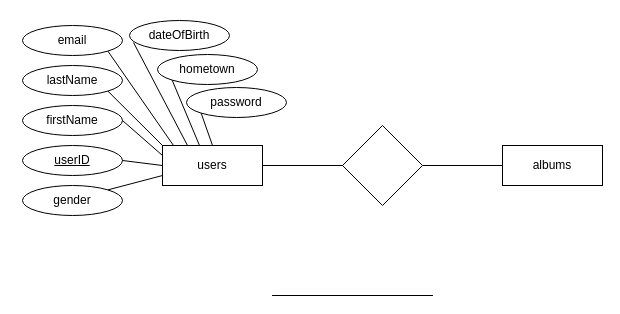
This is ER Diagram.drawio from prathamshroff/PhotoShare-Flask, a draw.io file, before an edit. Source tidied: cells renumbered, new cells numbered last; positions are measured from the earlier drawing's top-left corner, leaving out a move shared by most shapes. Both pictures are drawn from the tidied source at 100%, with x=0, y=0 at pixel (22, 20).
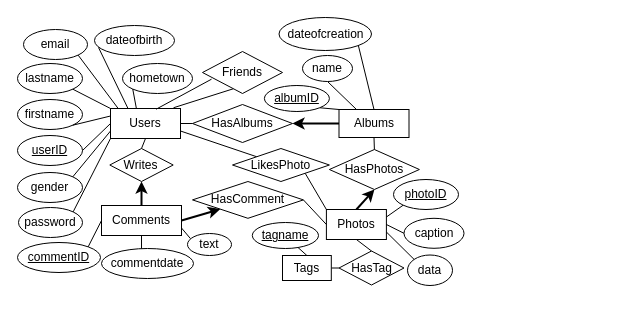
The same diagram, later.

What changed in the source:
```diff
@@
-    <mxCell id="2" value="users" style="whiteSpace=wrap;html=1;align=center;" parent="1" vertex="1">
-      <mxGeometry x="140" y="125" width="100" height="40" as="geometry" />
+    <mxCell id="2" value="Users" style="whiteSpace=wrap;html=1;align=center;" parent="1" vertex="1">
+      <mxGeometry x="88" y="88" width="70" height="30" as="geometry" />
     </mxCell>
     <mxCell id="3" value="userID" style="ellipse;whiteSpace=wrap;html=1;align=center;fontStyle=4;" parent="1" vertex="1">
-      <mxGeometry y="125" width="100" height="30" as="geometry" />
+      <mxGeometry x="-5" y="115" width="65" height="30" as="geometry" />
     </mxCell>
-    <mxCell id="4" value="firstName" style="ellipse;whiteSpace=wrap;html=1;align=center;" parent="1" vertex="1">
-      <mxGeometry y="85" width="100" height="30" as="geometry" />
+    <mxCell id="4" value="firstname" style="ellipse;whiteSpace=wrap;html=1;align=center;" parent="1" vertex="1">
+      <mxGeometry x="-5" y="79" width="65" height="30" as="geometry" />
     </mxCell>
-    <mxCell id="5" value="lastName" style="ellipse;whiteSpace=wrap;html=1;align=center;" parent="1" vertex="1">
-      <mxGeometry y="45" width="100" height="30" as="geometry" />
+    <mxCell id="5" value="lastname" style="ellipse;whiteSpace=wrap;html=1;align=center;" parent="1" vertex="1">
+      <mxGeometry x="-5" y="43" width="65" height="30" as="geometry" />
     </mxCell>
     <mxCell id="6" value="email" style="ellipse;whiteSpace=wrap;html=1;align=center;" parent="1" vertex="1">
-      <mxGeometry y="5" width="100" height="30" as="geometry" />
+      <mxGeometry x="1" y="9" width="64" height="30" as="geometry" />
     </mxCell>
-    <mxCell id="7" value="dateOfBirth" style="ellipse;whiteSpace=wrap;html=1;align=center;" parent="1" vertex="1">
-      <mxGeometry x="107" width="100" height="30" as="geometry" />
+    <mxCell id="7" value="dateofbirth" style="ellipse;whiteSpace=wrap;html=1;align=center;" parent="1" vertex="1">
+      <mxGeometry x="72" y="5" width="80" height="30" as="geometry" />
     </mxCell>
     <mxCell id="8" value="hometown" style="ellipse;whiteSpace=wrap;html=1;align=center;" parent="1" vertex="1">
-      <mxGeometry x="135" y="34" width="100" height="30" as="geometry" />
+      <mxGeometry x="100" y="43" width="70" height="30" as="geometry" />
     </mxCell>
     <mxCell id="9" value="gender" style="ellipse;whiteSpace=wrap;html=1;align=center;" parent="1" vertex="1">
-      <mxGeometry y="165" width="100" height="30" as="geometry" />
+      <mxGeometry x="-5" y="152" width="65" height="30" as="geometry" />
     </mxCell>
     <mxCell id="10" value="password" style="ellipse;whiteSpace=wrap;html=1;align=center;" parent="1" vertex="1">
-      <mxGeometry x="164" y="67" width="100" height="30" as="geometry" />
+      <mxGeometry x="-4" y="187" width="64" height="30" as="geometry" />
     </mxCell>
@@
-    <mxCell id="13" style="endArrow=none;html=1;rounded=0;strokeColor=default;exitX=0.04;exitY=0.733;exitDx=0;exitDy=0;entryX=0.25;entryY=0;entryDx=0;entryDy=0;exitPerimeter=0;" parent="1" edge="1" source="7" target="2">
+    <mxCell id="13" style="endArrow=none;html=1;rounded=0;strokeColor=default;exitX=0.05;exitY=0.733;exitDx=0;exitDy=0;entryX=0.25;entryY=0;entryDx=0;entryDy=0;exitPerimeter=0;" parent="1" edge="1" source="7" target="2">
       <mxGeometry relative="1" as="geometry" />
     </mxCell>
@@
-    <mxCell id="16" style="endArrow=none;html=1;rounded=0;strokeColor=default;exitX=1;exitY=0.5;exitDx=0;exitDy=0;entryX=0;entryY=0.25;entryDx=0;entryDy=0;" parent="1" edge="1" source="4" target="2">
+    <mxCell id="16" style="endArrow=none;html=1;rounded=0;strokeColor=default;exitX=1;exitY=1;exitDx=0;exitDy=0;entryX=0;entryY=0.25;entryDx=0;entryDy=0;" parent="1" edge="1" source="4" target="2">
       <mxGeometry relative="1" as="geometry" />
     </mxCell>
-    <mxCell id="17" style="endArrow=none;html=1;rounded=0;strokeColor=default;exitX=0;exitY=1;exitDx=0;exitDy=0;entryX=0.5;entryY=0;entryDx=0;entryDy=0;" parent="1" edge="1" source="10" target="2">
+    <mxCell id="17" style="endArrow=none;html=1;rounded=0;strokeColor=default;exitX=1;exitY=0;exitDx=0;exitDy=0;entryX=0;entryY=1;entryDx=0;entryDy=0;" parent="1" edge="1" source="10" target="2">
       <mxGeometry relative="1" as="geometry" />
     </mxCell>
@@
-    <mxCell id="19" style="rhombus;whiteSpace=wrap;html=1;" parent="1" vertex="1">
-      <mxGeometry x="320" y="105" width="80" height="80" as="geometry" />
+    <mxCell id="19" value="HasAlbums" style="rhombus;whiteSpace=wrap;html=1;" parent="1" vertex="1">
+      <mxGeometry x="170" y="84" width="100" height="38" as="geometry" />
     </mxCell>
-    <mxCell id="20" style="endArrow=none;html=1;rounded=0;strokeColor=default;" parent="1" edge="1">
-      <mxGeometry relative="1" as="geometry">
-        <mxPoint x="250" y="275" as="sourcePoint" />
-        <mxPoint x="410" y="275" as="targetPoint" />
-      </mxGeometry>
+    <mxCell id="20" style="endArrow=none;html=1;rounded=0;strokeColor=default;exitX=0.5;exitY=1;exitDx=0;exitDy=0;entryX=0.25;entryY=0;entryDx=0;entryDy=0;" parent="1" edge="1" source="30" target="26">
+      <mxGeometry relative="1" as="geometry" />
     </mxCell>
-    <mxCell id="21" style="endArrow=none;html=1;rounded=0;strokeColor=default;" parent="1" edge="1">
-      <mxGeometry relative="1" as="geometry">
-        <mxPoint x="250" y="275" as="sourcePoint" />
-        <mxPoint x="410" y="275" as="targetPoint" />
-      </mxGeometry>
+    <mxCell id="21" style="endArrow=none;html=1;rounded=0;strokeColor=default;exitX=1;exitY=1;exitDx=0;exitDy=0;entryX=0;entryY=0;entryDx=0;entryDy=0;" parent="1" edge="1" source="29" target="26">
+      <mxGeometry relative="1" as="geometry" />
     </mxCell>
-    <mxCell id="22" style="endArrow=none;html=1;rounded=0;strokeColor=default;" parent="1" edge="1">
-      <mxGeometry relative="1" as="geometry">
-        <mxPoint x="250" y="275" as="sourcePoint" />
-        <mxPoint x="410" y="275" as="targetPoint" />
-      </mxGeometry>
+    <mxCell id="22" style="endArrow=none;html=1;rounded=0;strokeColor=default;entryX=0.388;entryY=0.886;entryDx=0;entryDy=0;exitX=0.9;exitY=-0.025;exitDx=0;exitDy=0;exitPerimeter=0;entryPerimeter=0;" parent="1" edge="1" source="2" target="27">
+      <mxGeometry relative="1" as="geometry" />
     </mxCell>
-    <mxCell id="23" style="endArrow=none;html=1;rounded=0;strokeColor=default;" parent="1" edge="1">
-      <mxGeometry relative="1" as="geometry">
-        <mxPoint x="250" y="275" as="sourcePoint" />
-        <mxPoint x="410" y="275" as="targetPoint" />
-      </mxGeometry>
+    <mxCell id="23" style="endArrow=none;html=1;rounded=0;strokeColor=default;exitX=0.65;exitY=0.025;exitDx=0;exitDy=0;exitPerimeter=0;entryX=0.113;entryY=0.659;entryDx=0;entryDy=0;entryPerimeter=0;" parent="1" edge="1" source="2" target="27">
+      <mxGeometry relative="1" as="geometry" />
     </mxCell>
-    <mxCell id="24" style="endArrow=none;html=1;rounded=0;strokeColor=default;exitX=1;exitY=0.5;exitDx=0;exitDy=0;entryX=0;entryY=0.5;entryDx=0;entryDy=0;" parent="1" edge="1" source="19" target="26">
-      <mxGeometry relative="1" as="geometry" />
-    </mxCell>
@@
-    <mxCell id="26" value="albums" style="whiteSpace=wrap;html=1;align=center;" parent="1" vertex="1">
-      <mxGeometry x="480" y="125" width="100" height="40" as="geometry" />
+    <mxCell id="26" value="Albums" style="whiteSpace=wrap;html=1;align=center;" parent="1" vertex="1">
+      <mxGeometry x="316.5" y="89" width="70" height="28" as="geometry" />
     </mxCell>
+    <mxCell id="27" value="Friends" style="rhombus;whiteSpace=wrap;html=1;" parent="1" vertex="1">
+      <mxGeometry x="180" y="31" width="80" height="42" as="geometry" />
+    </mxCell>
+    <mxCell id="28" style="endArrow=classic;html=1;rounded=0;entryX=1;entryY=0.5;entryDx=0;entryDy=0;exitX=0;exitY=0.5;exitDx=0;exitDy=0;strokeWidth=2;" parent="1" edge="1" source="26" target="19">
+      <mxGeometry relative="1" as="geometry" />
+    </mxCell>
+    <mxCell id="29" value="albumID" style="ellipse;whiteSpace=wrap;html=1;align=center;fontStyle=4;" parent="1" vertex="1">
+      <mxGeometry x="241.9" y="65" width="65" height="26" as="geometry" />
+    </mxCell>
+    <mxCell id="30" value="name" style="ellipse;whiteSpace=wrap;html=1;align=center;" parent="1" vertex="1">
+      <mxGeometry x="280" y="35" width="50" height="26" as="geometry" />
+    </mxCell>
+    <mxCell id="31" value="dateofcreation" style="ellipse;whiteSpace=wrap;html=1;align=center;" parent="1" vertex="1">
+      <mxGeometry x="256.5" y="-3" width="92.5" height="33" as="geometry" />
+    </mxCell>
+    <mxCell id="32" style="endArrow=none;html=1;rounded=0;strokeColor=default;exitX=1;exitY=1;exitDx=0;exitDy=0;entryX=0.5;entryY=0;entryDx=0;entryDy=0;" parent="1" edge="1" source="31" target="26">
+      <mxGeometry relative="1" as="geometry" />
+    </mxCell>
+    <mxCell id="33" value="HasPhotos" style="rhombus;whiteSpace=wrap;html=1;" parent="1" vertex="1">
+      <mxGeometry x="306.9" y="129" width="90" height="40" as="geometry" />
+    </mxCell>
+    <mxCell id="34" style="endArrow=none;html=1;rounded=0;strokeWidth=1;exitX=1;exitY=0.25;exitDx=0;exitDy=0;entryX=0;entryY=1;entryDx=0;entryDy=0;" parent="1" edge="1" source="39" target="40">
+      <mxGeometry relative="1" as="geometry" />
+    </mxCell>
+    <mxCell id="35" style="endArrow=none;html=1;rounded=0;strokeWidth=1;entryX=0;entryY=0;entryDx=0;entryDy=0;exitX=1;exitY=1;exitDx=0;exitDy=0;" parent="1" edge="1" source="43" target="39">
+      <mxGeometry relative="1" as="geometry" />
+    </mxCell>
+    <mxCell id="36" style="endArrow=none;html=1;rounded=0;strokeWidth=1;exitX=1;exitY=0.75;exitDx=0;exitDy=0;entryX=0;entryY=0;entryDx=0;entryDy=0;" parent="1" edge="1" source="2" target="43">
+      <mxGeometry relative="1" as="geometry" />
+    </mxCell>
+    <mxCell id="37" style="endArrow=none;html=1;rounded=0;strokeWidth=1;exitX=0.5;exitY=1;exitDx=0;exitDy=0;entryX=0.5;entryY=0;entryDx=0;entryDy=0;" parent="1" edge="1" source="26" target="33">
+      <mxGeometry relative="1" as="geometry" />
+    </mxCell>
+    <mxCell id="38" style="endArrow=classic;html=1;rounded=0;entryX=0.5;entryY=1;entryDx=0;entryDy=0;strokeWidth=2;exitX=0.5;exitY=0;exitDx=0;exitDy=0;" parent="1" edge="1" source="39" target="33">
+      <mxGeometry relative="1" as="geometry" />
+    </mxCell>
+    <mxCell id="39" value="Photos" style="whiteSpace=wrap;html=1;align=center;" parent="1" vertex="1">
+      <mxGeometry x="303.9" y="189" width="60" height="30" as="geometry" />
+    </mxCell>
+    <mxCell id="40" value="photoID" style="ellipse;whiteSpace=wrap;html=1;align=center;fontStyle=4;" parent="1" vertex="1">
+      <mxGeometry x="371" y="159" width="65" height="30" as="geometry" />
+    </mxCell>
+    <mxCell id="41" value="caption" style="ellipse;whiteSpace=wrap;html=1;align=center;" parent="1" vertex="1">
+      <mxGeometry x="381.5" y="197.8" width="60" height="30" as="geometry" />
+    </mxCell>
+    <mxCell id="42" value="data" style="ellipse;whiteSpace=wrap;html=1;align=center;" parent="1" vertex="1">
+      <mxGeometry x="385" y="234.5" width="45" height="30.5" as="geometry" />
+    </mxCell>
+    <mxCell id="43" value="LikesPhoto" style="rhombus;whiteSpace=wrap;html=1;" parent="1" vertex="1">
+      <mxGeometry x="210" y="128" width="96.9" height="33" as="geometry" />
+    </mxCell>
+    <mxCell id="44" value="HasTag" style="rhombus;whiteSpace=wrap;html=1;" parent="1" vertex="1">
+      <mxGeometry x="316.5" y="230.5" width="65" height="34" as="geometry" />
+    </mxCell>
+    <mxCell id="45" style="endArrow=none;html=1;rounded=0;strokeWidth=1;exitX=1;exitY=0.5;exitDx=0;exitDy=0;entryX=0;entryY=0.5;entryDx=0;entryDy=0;" parent="1" edge="1" source="39" target="41">
+      <mxGeometry relative="1" as="geometry" />
+    </mxCell>
+    <mxCell id="46" style="endArrow=none;html=1;rounded=0;strokeWidth=1;exitX=1;exitY=0.75;exitDx=0;exitDy=0;entryX=0;entryY=0;entryDx=0;entryDy=0;" parent="1" edge="1" source="39" target="42">
+      <mxGeometry relative="1" as="geometry" />
+    </mxCell>
+    <mxCell id="47" style="endArrow=none;html=1;rounded=0;strokeWidth=1;exitX=0.5;exitY=1;exitDx=0;exitDy=0;entryX=0.5;entryY=0;entryDx=0;entryDy=0;" parent="1" edge="1" source="39" target="44">
+      <mxGeometry relative="1" as="geometry" />
+    </mxCell>
+    <mxCell id="48" style="endArrow=none;html=1;rounded=0;strokeWidth=1;exitX=0;exitY=0.5;exitDx=0;exitDy=0;entryX=1;entryY=0.5;entryDx=0;entryDy=0;" parent="1" edge="1" source="44" target="49">
+      <mxGeometry relative="1" as="geometry" />
+    </mxCell>
+    <mxCell id="49" value="Tags" style="whiteSpace=wrap;html=1;align=center;" parent="1" vertex="1">
+      <mxGeometry x="260" y="235" width="48.8" height="25" as="geometry" />
+    </mxCell>
+    <mxCell id="50" value="tagname" style="ellipse;whiteSpace=wrap;html=1;align=center;fontStyle=4;" parent="1" vertex="1">
+      <mxGeometry x="229.8" y="202" width="66.2" height="26" as="geometry" />
+    </mxCell>
+    <mxCell id="51" style="endArrow=none;html=1;rounded=0;strokeWidth=1;exitX=0.5;exitY=0;exitDx=0;exitDy=0;" parent="1" edge="1" source="49" target="50">
+      <mxGeometry relative="1" as="geometry" />
+    </mxCell>
+    <mxCell id="52" value="Comments" style="whiteSpace=wrap;html=1;align=center;" parent="1" vertex="1">
+      <mxGeometry x="79" y="185" width="80" height="30" as="geometry" />
+    </mxCell>
+    <mxCell id="53" value="commentID" style="ellipse;whiteSpace=wrap;html=1;align=center;fontStyle=4;" parent="1" vertex="1">
+      <mxGeometry x="-5" y="222" width="83" height="30" as="geometry" />
+    </mxCell>
+    <mxCell id="54" value="text" style="ellipse;whiteSpace=wrap;html=1;align=center;" parent="1" vertex="1">
+      <mxGeometry x="165" y="213" width="44" height="22" as="geometry" />
+    </mxCell>
+    <mxCell id="55" value="commentdate" style="ellipse;whiteSpace=wrap;html=1;align=center;" parent="1" vertex="1">
+      <mxGeometry x="79" y="228" width="92" height="30" as="geometry" />
+    </mxCell>
+    <mxCell id="56" value="Writes" style="rhombus;whiteSpace=wrap;html=1;" parent="1" vertex="1">
+      <mxGeometry x="87.3" y="128" width="63.4" height="33" as="geometry" />
+    </mxCell>
+    <mxCell id="57" value="HasComment" style="rhombus;whiteSpace=wrap;html=1;" parent="1" vertex="1">
+      <mxGeometry x="170" y="161" width="110.9" height="36.8" as="geometry" />
+    </mxCell>
+    <mxCell id="58" style="endArrow=none;html=1;rounded=0;strokeWidth=1;exitX=0.5;exitY=1;exitDx=0;exitDy=0;entryX=0.5;entryY=0;entryDx=0;entryDy=0;" parent="1" edge="1" source="2" target="56">
+      <mxGeometry relative="1" as="geometry" />
+    </mxCell>
+    <mxCell id="59" style="endArrow=none;html=1;rounded=0;strokeWidth=1;exitX=1;exitY=0.5;exitDx=0;exitDy=0;entryX=0;entryY=0.5;entryDx=0;entryDy=0;" parent="1" edge="1" source="57" target="39">
+      <mxGeometry relative="1" as="geometry" />
+    </mxCell>
+    <mxCell id="60" style="endArrow=classic;html=1;rounded=0;entryX=0.5;entryY=1;entryDx=0;entryDy=0;strokeWidth=2;exitX=0.5;exitY=0;exitDx=0;exitDy=0;" parent="1" edge="1" source="52" target="56">
+      <mxGeometry relative="1" as="geometry" />
+    </mxCell>
+    <mxCell id="61" style="endArrow=classic;html=1;rounded=0;strokeWidth=2;exitX=1;exitY=0.5;exitDx=0;exitDy=0;entryX=0;entryY=1;entryDx=0;entryDy=0;" parent="1" edge="1" source="52" target="57">
+      <mxGeometry relative="1" as="geometry" />
+    </mxCell>
+    <mxCell id="62" style="endArrow=none;html=1;rounded=0;strokeWidth=1;exitX=0;exitY=0.5;exitDx=0;exitDy=0;entryX=1;entryY=0;entryDx=0;entryDy=0;" parent="1" edge="1" source="52" target="53">
+      <mxGeometry relative="1" as="geometry" />
+    </mxCell>
+    <mxCell id="63" style="endArrow=none;html=1;rounded=0;strokeWidth=1;exitX=1;exitY=0.75;exitDx=0;exitDy=0;entryX=0.068;entryY=0.233;entryDx=0;entryDy=0;entryPerimeter=0;" parent="1" edge="1" source="52" target="54">
+      <mxGeometry relative="1" as="geometry" />
+    </mxCell>
+    <mxCell id="64" style="endArrow=none;html=1;rounded=0;strokeWidth=1;exitX=0.5;exitY=1;exitDx=0;exitDy=0;entryX=0.435;entryY=0;entryDx=0;entryDy=0;entryPerimeter=0;" parent="1" edge="1" source="52" target="55">
+      <mxGeometry relative="1" as="geometry" />
+    </mxCell>
```
